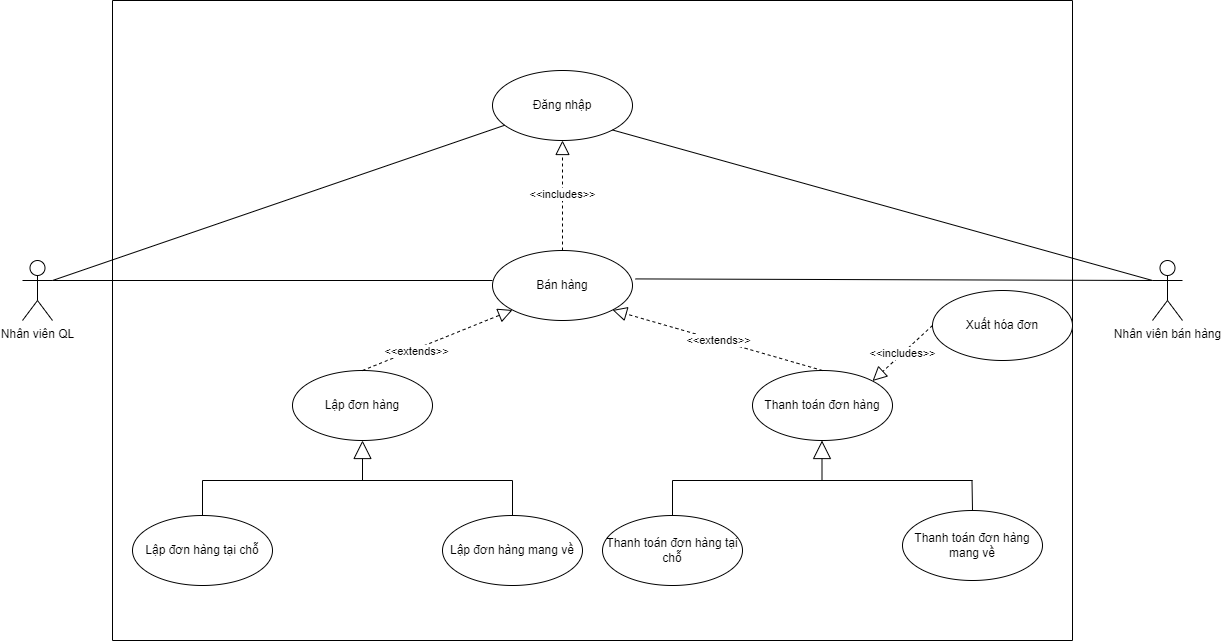
Earlier version of the draw.io export Usecase/Usecase bán hàng.png (hungtadasuke/CoffeShop_SoftwareTechnology). Source tidied: cells renumbered, new cells last; positions are measured from the earlier drawing's top-left corner, leaving out a move shared by most shapes. Source of this version:
```xml
<mxGraphModel>
  <root>
    <mxCell id="0" />
    <mxCell id="1" parent="0" />
    <mxCell id="2" value="Bán hàng" style="ellipse;whiteSpace=wrap;html=1;" parent="1" vertex="1">
      <mxGeometry x="470" y="250" width="140" height="70" as="geometry" />
    </mxCell>
    <mxCell id="3" value="Đăng nhập" style="ellipse;whiteSpace=wrap;html=1;" parent="1" vertex="1">
      <mxGeometry x="470" y="70" width="140" height="70" as="geometry" />
    </mxCell>
    <mxCell id="4" style="endArrow=none;html=1;rounded=0;exitX=1;exitY=0.3333333333333333;exitDx=0;exitDy=0;exitPerimeter=0;" parent="1" edge="1" source="7">
      <mxGeometry relative="1" as="geometry">
        <mxPoint x="470" y="280" as="targetPoint" />
      </mxGeometry>
    </mxCell>
    <mxCell id="5" style="endArrow=none;html=1;rounded=0;exitX=1;exitY=0.3333333333333333;exitDx=0;exitDy=0;exitPerimeter=0;" parent="1" edge="1" source="7" target="3">
      <mxGeometry relative="1" as="geometry" />
    </mxCell>
    <mxCell id="6" value="Lập đơn hàng" style="ellipse;whiteSpace=wrap;html=1;" parent="1" vertex="1">
      <mxGeometry x="270" y="370" width="140" height="70" as="geometry" />
    </mxCell>
    <mxCell id="7" value="Nhân viên QL" style="shape=umlActor;verticalLabelPosition=bottom;verticalAlign=top;html=1;" parent="1" vertex="1">
      <mxGeometry y="260" width="30" height="60" as="geometry" />
    </mxCell>
    <mxCell id="8" style="endArrow=block;dashed=1;endFill=0;endSize=12;html=1;rounded=0;exitX=0.5;exitY=0;exitDx=0;exitDy=0;entryX=0;entryY=1;entryDx=0;entryDy=0;" parent="1" edge="1" source="6" target="2">
      <mxGeometry relative="1" as="geometry" />
    </mxCell>
    <mxCell id="9" value="&amp;lt;&amp;lt;extends&amp;gt;&amp;gt;" style="edgeLabel;html=1;align=center;verticalAlign=middle;" parent="8" vertex="1">
      <mxGeometry x="-0.28" y="-2" relative="1" as="geometry" />
    </mxCell>
    <mxCell id="10" value="&amp;lt;&amp;lt;includes&amp;gt;&amp;gt;" style="endArrow=block;dashed=1;endFill=0;endSize=12;html=1;rounded=0;entryX=0.5;entryY=1;entryDx=0;entryDy=0;exitX=0.5;exitY=0;exitDx=0;exitDy=0;" parent="1" edge="1" source="2" target="3">
      <mxGeometry relative="1" as="geometry" />
    </mxCell>
    <mxCell id="11" value="Thanh toán đơn hàng" style="ellipse;whiteSpace=wrap;html=1;" parent="1" vertex="1">
      <mxGeometry x="730" y="370" width="140" height="70" as="geometry" />
    </mxCell>
    <mxCell id="12" value="&amp;lt;&amp;lt;extends&amp;gt;&amp;gt;" style="endArrow=block;dashed=1;endFill=0;endSize=12;html=1;rounded=0;exitX=0.5;exitY=0;exitDx=0;exitDy=0;entryX=1;entryY=1;entryDx=0;entryDy=0;" parent="1" edge="1" source="11" target="2">
      <mxGeometry relative="1" as="geometry" />
    </mxCell>
    <mxCell id="13" value="Nhân viên bán hàng" style="shape=umlActor;verticalLabelPosition=bottom;verticalAlign=top;html=1;" parent="1" vertex="1">
      <mxGeometry x="1130" y="260" width="30" height="60" as="geometry" />
    </mxCell>
    <mxCell id="14" style="endArrow=none;html=1;rounded=0;entryX=0;entryY=0.3333333333333333;entryDx=0;entryDy=0;entryPerimeter=0;exitX=1.02;exitY=0.406;exitDx=0;exitDy=0;exitPerimeter=0;" parent="1" edge="1" source="2" target="13">
      <mxGeometry relative="1" as="geometry" />
    </mxCell>
    <mxCell id="15" style="endArrow=none;html=1;rounded=0;exitX=1;exitY=1;exitDx=0;exitDy=0;entryX=0;entryY=0.3333333333333333;entryDx=0;entryDy=0;entryPerimeter=0;" parent="1" edge="1" source="3" target="13">
      <mxGeometry relative="1" as="geometry" />
    </mxCell>
    <mxCell id="16" value="Lập đơn hàng tại chỗ" style="ellipse;whiteSpace=wrap;html=1;" parent="1" vertex="1">
      <mxGeometry x="110" y="515" width="140" height="70" as="geometry" />
    </mxCell>
    <mxCell id="17" value="Lập đơn hàng mang về" style="ellipse;whiteSpace=wrap;html=1;" parent="1" vertex="1">
      <mxGeometry x="420" y="515" width="140" height="70" as="geometry" />
    </mxCell>
    <mxCell id="18" value="Thanh toán đơn hàng tại chỗ" style="ellipse;whiteSpace=wrap;html=1;" parent="1" vertex="1">
      <mxGeometry x="580" y="515" width="140" height="70" as="geometry" />
    </mxCell>
    <mxCell id="19" value="Thanh toán đơn hàng mang về" style="ellipse;whiteSpace=wrap;html=1;" parent="1" vertex="1">
      <mxGeometry x="880" y="510" width="140" height="70" as="geometry" />
    </mxCell>
    <mxCell id="20" style="endArrow=block;endSize=16;endFill=0;html=1;rounded=0;entryX=0.5;entryY=1;entryDx=0;entryDy=0;" parent="1" edge="1" target="6">
      <mxGeometry relative="1" as="geometry">
        <mxPoint x="340" y="480" as="sourcePoint" />
      </mxGeometry>
    </mxCell>
    <mxCell id="21" style="endArrow=block;endSize=16;endFill=0;html=1;rounded=0;entryX=0.5;entryY=1;entryDx=0;entryDy=0;" parent="1" edge="1">
      <mxGeometry relative="1" as="geometry">
        <mxPoint x="799.5" y="480" as="sourcePoint" />
        <mxPoint x="799.5" y="440" as="targetPoint" />
      </mxGeometry>
    </mxCell>
    <mxCell id="22" style="endArrow=none;html=1;rounded=0;" parent="1" edge="1">
      <mxGeometry relative="1" as="geometry">
        <mxPoint x="180" y="480" as="sourcePoint" />
        <mxPoint x="490" y="480" as="targetPoint" />
      </mxGeometry>
    </mxCell>
    <mxCell id="23" style="endArrow=none;html=1;rounded=0;entryX=0.5;entryY=0;entryDx=0;entryDy=0;" parent="1" edge="1" target="17">
      <mxGeometry relative="1" as="geometry">
        <mxPoint x="490" y="480" as="sourcePoint" />
      </mxGeometry>
    </mxCell>
    <mxCell id="24" style="endArrow=none;html=1;rounded=0;entryX=0.5;entryY=0;entryDx=0;entryDy=0;" parent="1" edge="1" target="16">
      <mxGeometry relative="1" as="geometry">
        <mxPoint x="180" y="480" as="sourcePoint" />
      </mxGeometry>
    </mxCell>
    <mxCell id="25" style="endArrow=none;html=1;rounded=0;" parent="1" edge="1">
      <mxGeometry relative="1" as="geometry">
        <mxPoint x="650" y="480" as="sourcePoint" />
        <mxPoint x="950" y="480" as="targetPoint" />
      </mxGeometry>
    </mxCell>
    <mxCell id="26" style="endArrow=none;html=1;rounded=0;entryX=0.5;entryY=0;entryDx=0;entryDy=0;" parent="1" edge="1" target="18">
      <mxGeometry relative="1" as="geometry">
        <mxPoint x="650" y="480" as="sourcePoint" />
      </mxGeometry>
    </mxCell>
    <mxCell id="27" style="endArrow=none;html=1;rounded=0;" parent="1" edge="1">
      <mxGeometry relative="1" as="geometry">
        <mxPoint x="949.5" y="480" as="sourcePoint" />
        <mxPoint x="950" y="510" as="targetPoint" />
      </mxGeometry>
    </mxCell>
    <mxCell id="28" style="endArrow=none;html=1;rounded=0;" parent="1" edge="1">
      <mxGeometry relative="1" as="geometry">
        <mxPoint x="90" y="640" as="sourcePoint" />
        <mxPoint x="90" as="targetPoint" />
      </mxGeometry>
    </mxCell>
    <mxCell id="29" style="endArrow=none;html=1;rounded=0;" parent="1" edge="1">
      <mxGeometry relative="1" as="geometry">
        <mxPoint x="1050" y="640" as="sourcePoint" />
        <mxPoint x="1050" as="targetPoint" />
      </mxGeometry>
    </mxCell>
    <mxCell id="30" style="endArrow=none;html=1;rounded=0;" parent="1" edge="1">
      <mxGeometry relative="1" as="geometry">
        <mxPoint x="90" as="sourcePoint" />
        <mxPoint x="1050" as="targetPoint" />
      </mxGeometry>
    </mxCell>
    <mxCell id="31" style="endArrow=none;html=1;rounded=0;" parent="1" edge="1">
      <mxGeometry relative="1" as="geometry">
        <mxPoint x="90" y="640" as="sourcePoint" />
        <mxPoint x="1050" y="640" as="targetPoint" />
      </mxGeometry>
    </mxCell>
    <mxCell id="32" value="Xuất hóa đơn" style="ellipse;whiteSpace=wrap;html=1;" parent="1" vertex="1">
      <mxGeometry x="910" y="290" width="140" height="70" as="geometry" />
    </mxCell>
    <mxCell id="33" value="&amp;lt;&amp;lt;includes&amp;gt;&amp;gt;" style="endArrow=block;dashed=1;endFill=0;endSize=12;html=1;rounded=0;entryX=1;entryY=0;entryDx=0;entryDy=0;exitX=0;exitY=0.5;exitDx=0;exitDy=0;" parent="1" edge="1" source="32" target="11">
      <mxGeometry relative="1" as="geometry" />
    </mxCell>
  </root>
</mxGraphModel>
```
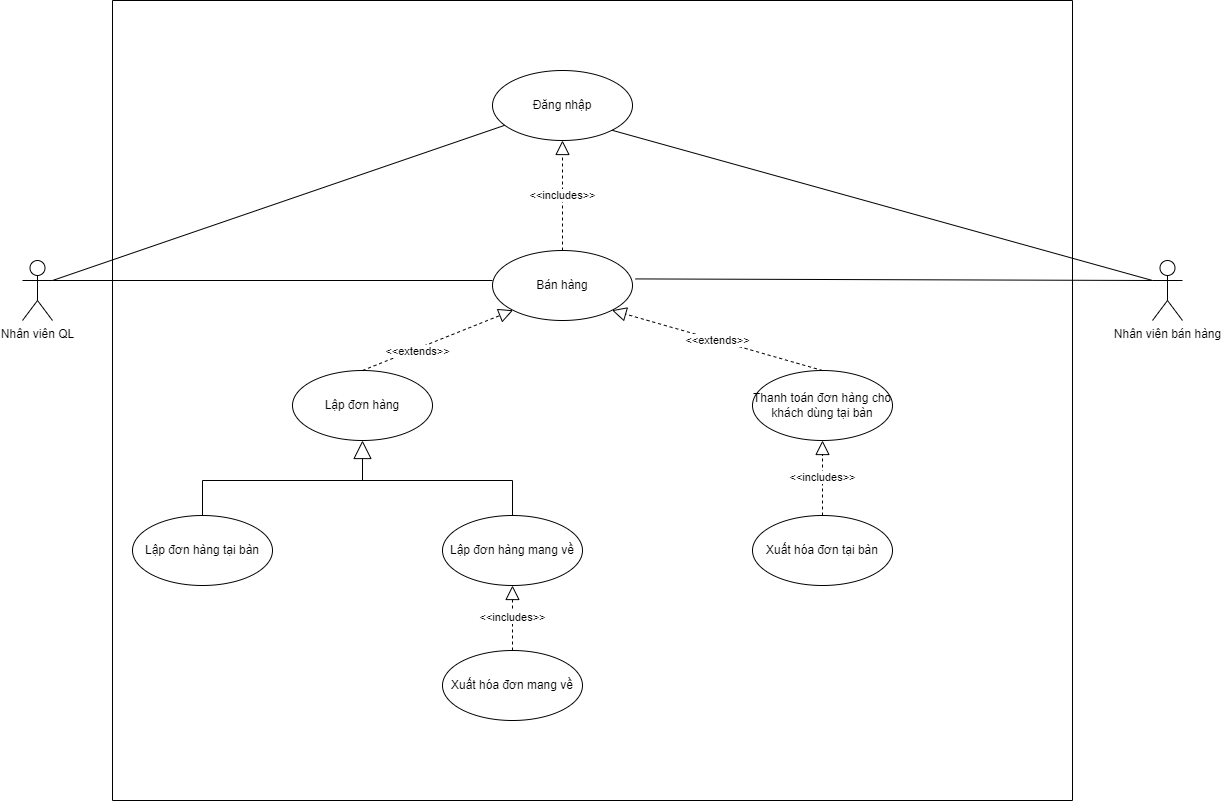
The same diagram one commit later.

Change to the diagram source:
```diff
@@ -31,7 +31,7 @@
     <mxCell id="10" value="&amp;lt;&amp;lt;includes&amp;gt;&amp;gt;" style="endArrow=block;dashed=1;endFill=0;endSize=12;html=1;rounded=0;entryX=0.5;entryY=1;entryDx=0;entryDy=0;exitX=0.5;exitY=0;exitDx=0;exitDy=0;" parent="1" edge="1" source="2" target="3">
       <mxGeometry relative="1" as="geometry" />
     </mxCell>
-    <mxCell id="11" value="Thanh toán đơn hàng" style="ellipse;whiteSpace=wrap;html=1;" parent="1" vertex="1">
+    <mxCell id="11" value="Thanh toán đơn hàng cho khách dùng tại bàn" style="ellipse;whiteSpace=wrap;html=1;" parent="1" vertex="1">
       <mxGeometry x="730" y="370" width="140" height="70" as="geometry" />
     </mxCell>
     <mxCell id="12" value="&amp;lt;&amp;lt;extends&amp;gt;&amp;gt;" style="endArrow=block;dashed=1;endFill=0;endSize=12;html=1;rounded=0;exitX=0.5;exitY=0;exitDx=0;exitDy=0;entryX=1;entryY=1;entryDx=0;entryDy=0;" parent="1" edge="1" source="11" target="2">
@@ -46,29 +46,17 @@
     <mxCell id="15" style="endArrow=none;html=1;rounded=0;exitX=1;exitY=1;exitDx=0;exitDy=0;entryX=0;entryY=0.3333333333333333;entryDx=0;entryDy=0;entryPerimeter=0;" parent="1" edge="1" source="3" target="13">
       <mxGeometry relative="1" as="geometry" />
     </mxCell>
-    <mxCell id="16" value="Lập đơn hàng tại chỗ" style="ellipse;whiteSpace=wrap;html=1;" parent="1" vertex="1">
+    <mxCell id="16" value="Lập đơn hàng tại bàn" style="ellipse;whiteSpace=wrap;html=1;" parent="1" vertex="1">
       <mxGeometry x="110" y="515" width="140" height="70" as="geometry" />
     </mxCell>
     <mxCell id="17" value="Lập đơn hàng mang về" style="ellipse;whiteSpace=wrap;html=1;" parent="1" vertex="1">
       <mxGeometry x="420" y="515" width="140" height="70" as="geometry" />
     </mxCell>
-    <mxCell id="18" value="Thanh toán đơn hàng tại chỗ" style="ellipse;whiteSpace=wrap;html=1;" parent="1" vertex="1">
-      <mxGeometry x="580" y="515" width="140" height="70" as="geometry" />
-    </mxCell>
-    <mxCell id="19" value="Thanh toán đơn hàng mang về" style="ellipse;whiteSpace=wrap;html=1;" parent="1" vertex="1">
-      <mxGeometry x="880" y="510" width="140" height="70" as="geometry" />
-    </mxCell>
     <mxCell id="20" style="endArrow=block;endSize=16;endFill=0;html=1;rounded=0;entryX=0.5;entryY=1;entryDx=0;entryDy=0;" parent="1" edge="1" target="6">
       <mxGeometry relative="1" as="geometry">
         <mxPoint x="340" y="480" as="sourcePoint" />
       </mxGeometry>
     </mxCell>
-    <mxCell id="21" style="endArrow=block;endSize=16;endFill=0;html=1;rounded=0;entryX=0.5;entryY=1;entryDx=0;entryDy=0;" parent="1" edge="1">
-      <mxGeometry relative="1" as="geometry">
-        <mxPoint x="799.5" y="480" as="sourcePoint" />
-        <mxPoint x="799.5" y="440" as="targetPoint" />
-      </mxGeometry>
-    </mxCell>
     <mxCell id="22" style="endArrow=none;html=1;rounded=0;" parent="1" edge="1">
       <mxGeometry relative="1" as="geometry">
         <mxPoint x="180" y="480" as="sourcePoint" />
@@ -85,32 +73,15 @@
         <mxPoint x="180" y="480" as="sourcePoint" />
       </mxGeometry>
     </mxCell>
-    <mxCell id="25" style="endArrow=none;html=1;rounded=0;" parent="1" edge="1">
-      <mxGeometry relative="1" as="geometry">
-        <mxPoint x="650" y="480" as="sourcePoint" />
-        <mxPoint x="950" y="480" as="targetPoint" />
-      </mxGeometry>
-    </mxCell>
-    <mxCell id="26" style="endArrow=none;html=1;rounded=0;entryX=0.5;entryY=0;entryDx=0;entryDy=0;" parent="1" edge="1" target="18">
-      <mxGeometry relative="1" as="geometry">
-        <mxPoint x="650" y="480" as="sourcePoint" />
-      </mxGeometry>
-    </mxCell>
-    <mxCell id="27" style="endArrow=none;html=1;rounded=0;" parent="1" edge="1">
-      <mxGeometry relative="1" as="geometry">
-        <mxPoint x="949.5" y="480" as="sourcePoint" />
-        <mxPoint x="950" y="510" as="targetPoint" />
-      </mxGeometry>
-    </mxCell>
     <mxCell id="28" style="endArrow=none;html=1;rounded=0;" parent="1" edge="1">
       <mxGeometry relative="1" as="geometry">
-        <mxPoint x="90" y="640" as="sourcePoint" />
+        <mxPoint x="90" y="800" as="sourcePoint" />
         <mxPoint x="90" as="targetPoint" />
       </mxGeometry>
     </mxCell>
     <mxCell id="29" style="endArrow=none;html=1;rounded=0;" parent="1" edge="1">
       <mxGeometry relative="1" as="geometry">
-        <mxPoint x="1050" y="640" as="sourcePoint" />
+        <mxPoint x="1050" y="800" as="sourcePoint" />
         <mxPoint x="1050" as="targetPoint" />
       </mxGeometry>
     </mxCell>
@@ -122,15 +93,23 @@
     </mxCell>
     <mxCell id="31" style="endArrow=none;html=1;rounded=0;" parent="1" edge="1">
       <mxGeometry relative="1" as="geometry">
-        <mxPoint x="90" y="640" as="sourcePoint" />
-        <mxPoint x="1050" y="640" as="targetPoint" />
+        <mxPoint x="90" y="800" as="sourcePoint" />
+        <mxPoint x="1050" y="800" as="targetPoint" />
       </mxGeometry>
     </mxCell>
-    <mxCell id="32" value="Xuất hóa đơn" style="ellipse;whiteSpace=wrap;html=1;" parent="1" vertex="1">
-      <mxGeometry x="910" y="290" width="140" height="70" as="geometry" />
+    <mxCell id="32" value="Xuất hóa đơn tại bàn" style="ellipse;whiteSpace=wrap;html=1;" parent="1" vertex="1">
+      <mxGeometry x="730" y="515" width="140" height="70" as="geometry" />
     </mxCell>
-    <mxCell id="33" value="&amp;lt;&amp;lt;includes&amp;gt;&amp;gt;" style="endArrow=block;dashed=1;endFill=0;endSize=12;html=1;rounded=0;entryX=1;entryY=0;entryDx=0;entryDy=0;exitX=0;exitY=0.5;exitDx=0;exitDy=0;" parent="1" edge="1" source="32" target="11">
+    <mxCell id="33" value="&amp;lt;&amp;lt;includes&amp;gt;&amp;gt;" style="endArrow=block;dashed=1;endFill=0;endSize=12;html=1;rounded=0;entryX=0.5;entryY=1;entryDx=0;entryDy=0;exitX=0.5;exitY=0;exitDx=0;exitDy=0;" parent="1" edge="1" source="32" target="11">
       <mxGeometry relative="1" as="geometry" />
     </mxCell>
+    <mxCell id="34" value="&amp;lt;&amp;lt;includes&amp;gt;&amp;gt;" style="endArrow=block;dashed=1;endFill=0;endSize=12;html=1;rounded=0;entryX=0.5;entryY=1;entryDx=0;entryDy=0;" parent="1" edge="1" target="17">
+      <mxGeometry relative="1" as="geometry">
+        <mxPoint x="490" y="650" as="sourcePoint" />
+      </mxGeometry>
+    </mxCell>
+    <mxCell id="35" value="Xuất hóa đơn mang về" style="ellipse;whiteSpace=wrap;html=1;" parent="1" vertex="1">
+      <mxGeometry x="420" y="650" width="140" height="70" as="geometry" />
+    </mxCell>
   </root>
 </mxGraphModel>
```
